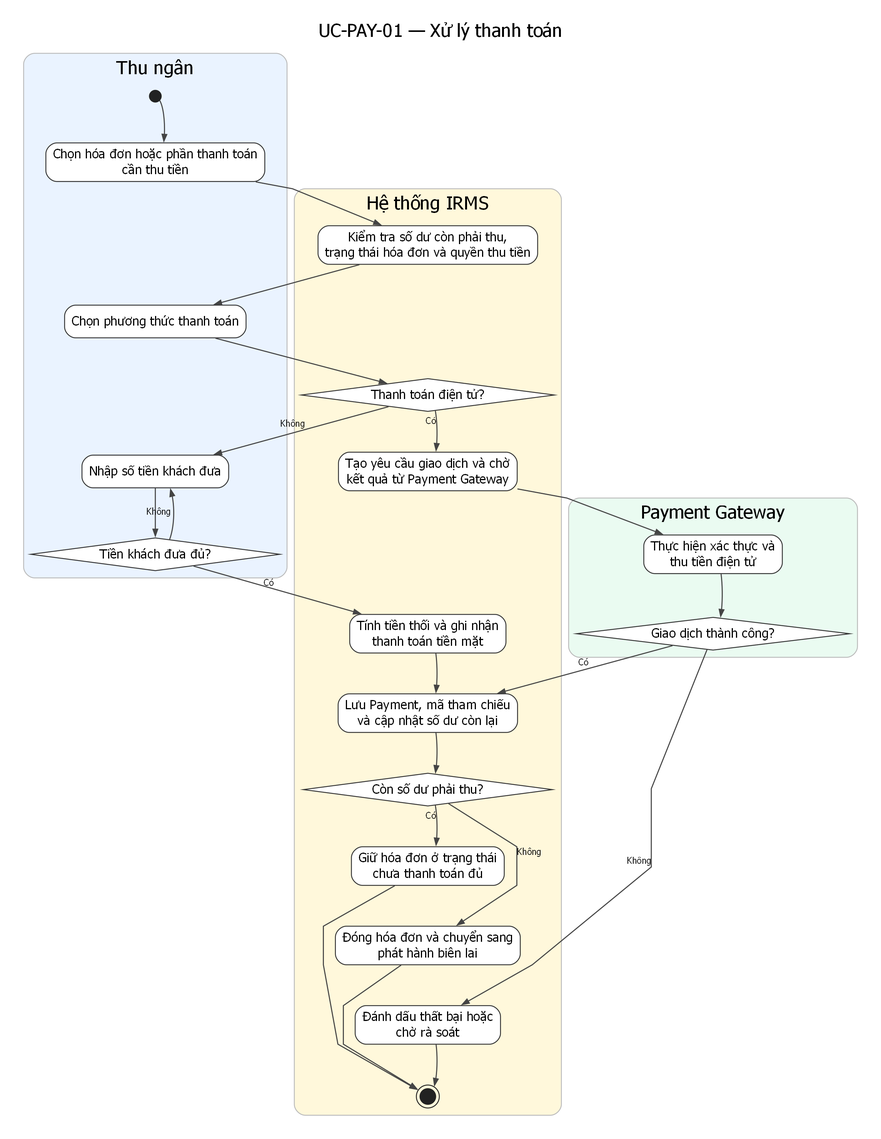
The Graphviz diagram assets/diagrams/rendered/activity/uc-pay-01-process-payment.png in lehoangluan1/SA_IRMS, before a commit. Its source is kept beside it as assets/diagrams/source/activity/uc-pay-01-process-payment.dot.
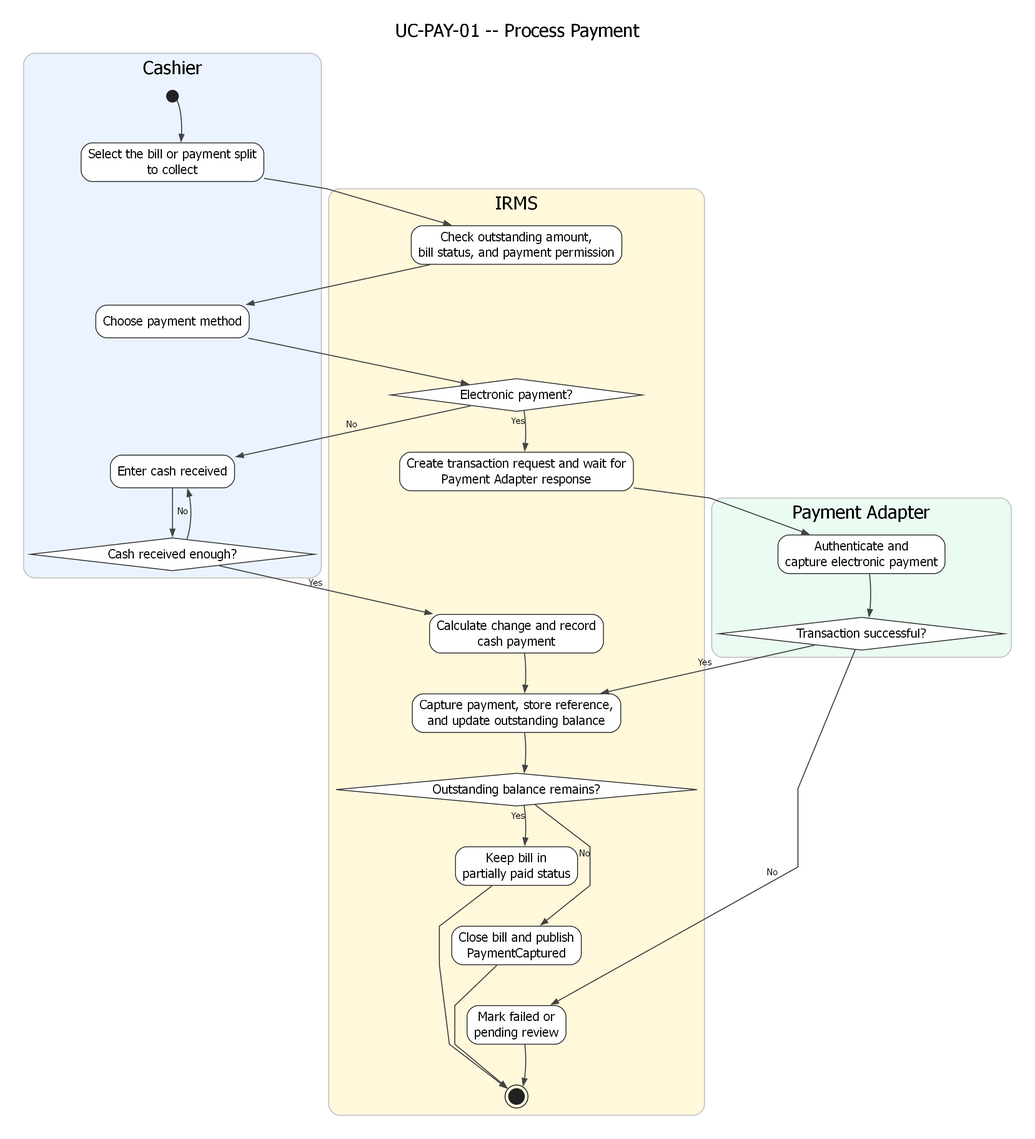
The same diagram one commit later.

Diff of the diagram source:
```diff
@@ -2,33 +2,33 @@
   graph [rankdir=TB, newrank=true, splines=polyline, nodesep=0.38, ranksep=0.62, pad=0.25, dpi=170, bgcolor="white", fontname="DejaVu Sans"];
   node [fontname="DejaVu Sans"];
   edge [fontname="DejaVu Sans", fontsize=10, color="#444444", penwidth=1.15, arrowsize=0.75];
-  labelloc="t"; labeljust="c"; fontsize=20; fontname="DejaVu Sans"; label="UC-PAY-01 — Xử lý thanh toán";
+  labelloc="t"; labeljust="c"; fontsize=20; fontname="DejaVu Sans"; label="UC-PAY-01 -- Process Payment";
 
   subgraph cluster_l1 {
     style="rounded,filled";
     fillcolor="#EAF3FF"; color="#BBBBBB";
-    label="Thu ngân";
+    label="Cashier";
     n0 [shape=circle, label="", width=0.18, height=0.18, fixedsize=true, style=filled, fillcolor="#222222", color="#222222"];
-    n1 [label="Chọn hóa đơn hoặc phần thanh toán\ncần thu tiền", shape=rect, style="rounded,filled", fillcolor="white", color="#333333"];
-    n3 [label="Chọn phương thức thanh toán", shape=rect, style="rounded,filled", fillcolor="white", color="#333333"];
-    n8 [label="Nhập số tiền khách đưa", shape=rect, style="rounded,filled", fillcolor="white", color="#333333"];
-    n9 [label="Tiền khách đưa đủ?", shape=diamond, style="filled", fillcolor="white", color="#333333"];
+    n1 [label="Select the bill or payment split\nto collect", shape=rect, style="rounded,filled", fillcolor="white", color="#333333"];
+    n3 [label="Choose payment method", shape=rect, style="rounded,filled", fillcolor="white", color="#333333"];
+    n8 [label="Enter cash received", shape=rect, style="rounded,filled", fillcolor="white", color="#333333"];
+    n9 [label="Cash received enough?", shape=diamond, style="filled", fillcolor="white", color="#333333"];
     n0 -> n1 -> n3 -> n8 -> n9 [style=invis, weight=20];
   }
 
   subgraph cluster_l2 {
     style="rounded,filled";
     fillcolor="#FFF8DB"; color="#BBBBBB";
-    label="Hệ thống IRMS";
-    n2 [label="Kiểm tra số dư còn phải thu,\ntrạng thái hóa đơn và quyền thu tiền", shape=rect, style="rounded,filled", fillcolor="white", color="#333333"];
-    n4 [label="Thanh toán điện tử?", shape=diamond, style="filled", fillcolor="white", color="#333333"];
-    n5 [label="Tạo yêu cầu giao dịch và chờ\nkết quả từ Payment Gateway", shape=rect, style="rounded,filled", fillcolor="white", color="#333333"];
-    n10 [label="Tính tiền thối và ghi nhận\nthanh toán tiền mặt", shape=rect, style="rounded,filled", fillcolor="white", color="#333333"];
-    n11 [label="Lưu Payment, mã tham chiếu\nvà cập nhật số dư còn lại", shape=rect, style="rounded,filled", fillcolor="white", color="#333333"];
-    n12 [label="Còn số dư phải thu?", shape=diamond, style="filled", fillcolor="white", color="#333333"];
-    n13 [label="Giữ hóa đơn ở trạng thái\nchưa thanh toán đủ", shape=rect, style="rounded,filled", fillcolor="white", color="#333333"];
-    n14 [label="Đóng hóa đơn và chuyển sang\nphát hành biên lai", shape=rect, style="rounded,filled", fillcolor="white", color="#333333"];
-    n15 [label="Đánh dấu thất bại hoặc\nchờ rà soát", shape=rect, style="rounded,filled", fillcolor="white", color="#333333"];
+    label="IRMS";
+    n2 [label="Check outstanding amount,\nbill status, and payment permission", shape=rect, style="rounded,filled", fillcolor="white", color="#333333"];
+    n4 [label="Electronic payment?", shape=diamond, style="filled", fillcolor="white", color="#333333"];
+    n5 [label="Create transaction request and wait for\nPayment Adapter response", shape=rect, style="rounded,filled", fillcolor="white", color="#333333"];
+    n10 [label="Calculate change and record\ncash payment", shape=rect, style="rounded,filled", fillcolor="white", color="#333333"];
+    n11 [label="Capture payment, store reference,\nand update outstanding balance", shape=rect, style="rounded,filled", fillcolor="white", color="#333333"];
+    n12 [label="Outstanding balance remains?", shape=diamond, style="filled", fillcolor="white", color="#333333"];
+    n13 [label="Keep bill in\npartially paid status", shape=rect, style="rounded,filled", fillcolor="white", color="#333333"];
+    n14 [label="Close bill and publish\nPaymentCaptured", shape=rect, style="rounded,filled", fillcolor="white", color="#333333"];
+    n15 [label="Mark failed or\npending review", shape=rect, style="rounded,filled", fillcolor="white", color="#333333"];
     n16 [shape=doublecircle, label="", width=0.24, height=0.24, fixedsize=true, style=filled, fillcolor="#222222", color="#222222"];
     n2 -> n4 -> n5 -> n10 -> n11 -> n12 -> n13 -> n14 -> n15 -> n16 [style=invis, weight=20];
   }
@@ -36,9 +36,9 @@
   subgraph cluster_l3 {
     style="rounded,filled";
     fillcolor="#EAFBF1"; color="#BBBBBB";
-    label="Payment Gateway";
-    n6 [label="Thực hiện xác thực và\nthu tiền điện tử", shape=rect, style="rounded,filled", fillcolor="white", color="#333333"];
-    n7 [label="Giao dịch thành công?", shape=diamond, style="filled", fillcolor="white", color="#333333"];
+    label="Payment Adapter";
+    n6 [label="Authenticate and\ncapture electronic payment", shape=rect, style="rounded,filled", fillcolor="white", color="#333333"];
+    n7 [label="Transaction successful?", shape=diamond, style="filled", fillcolor="white", color="#333333"];
     n6 -> n7 [style=invis, weight=20];
   }
 
@@ -46,19 +46,19 @@
   n1 -> n2;
   n2 -> n3;
   n3 -> n4;
-  n4 -> n5 [xlabel="Có"];
-  n4 -> n8 [xlabel="Không"];
+  n4 -> n5 [xlabel="Yes"];
+  n4 -> n8 [xlabel="No"];
   n5 -> n6;
   n6 -> n7;
-  n7 -> n11 [xlabel="Có"];
-  n7 -> n15 [xlabel="Không"];
+  n7 -> n11 [xlabel="Yes"];
+  n7 -> n15 [xlabel="No"];
   n8 -> n9;
-  n9 -> n10 [xlabel="Có"];
-  n9 -> n8 [xlabel="Không"];
+  n9 -> n10 [xlabel="Yes"];
+  n9 -> n8 [xlabel="No"];
   n10 -> n11;
   n11 -> n12;
-  n12 -> n13 [xlabel="Có"];
-  n12 -> n14 [xlabel="Không"];
+  n12 -> n13 [xlabel="Yes"];
+  n12 -> n14 [xlabel="No"];
   n13 -> n16;
   n14 -> n16;
   n15 -> n16;
```
